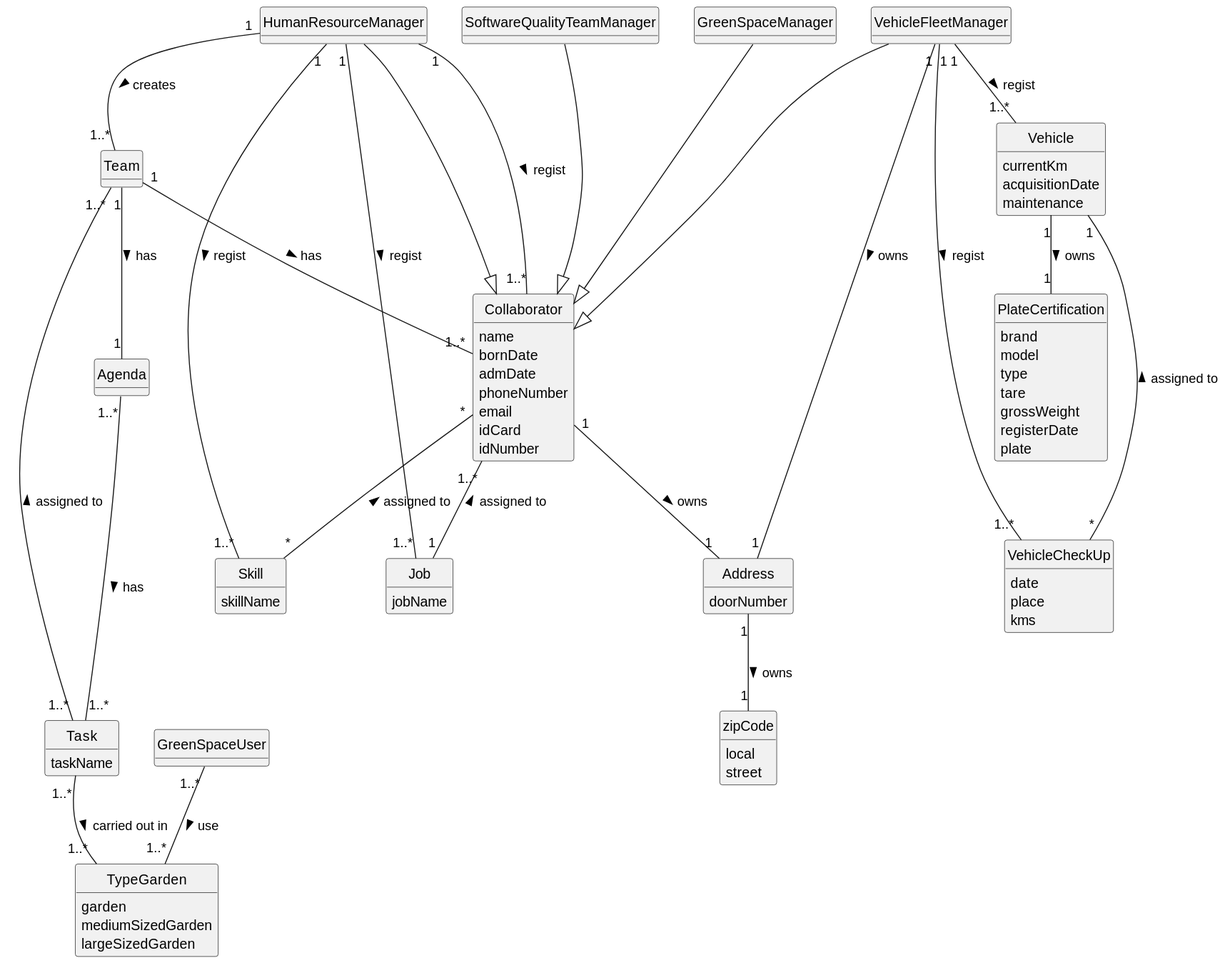
Before: docs/sprint2/global-artifacts/02.analysis/svg/project-domain-model.svg, a diagram exported from PlantUML (1231360-ISEP/lei-24-s2-1db-g021).
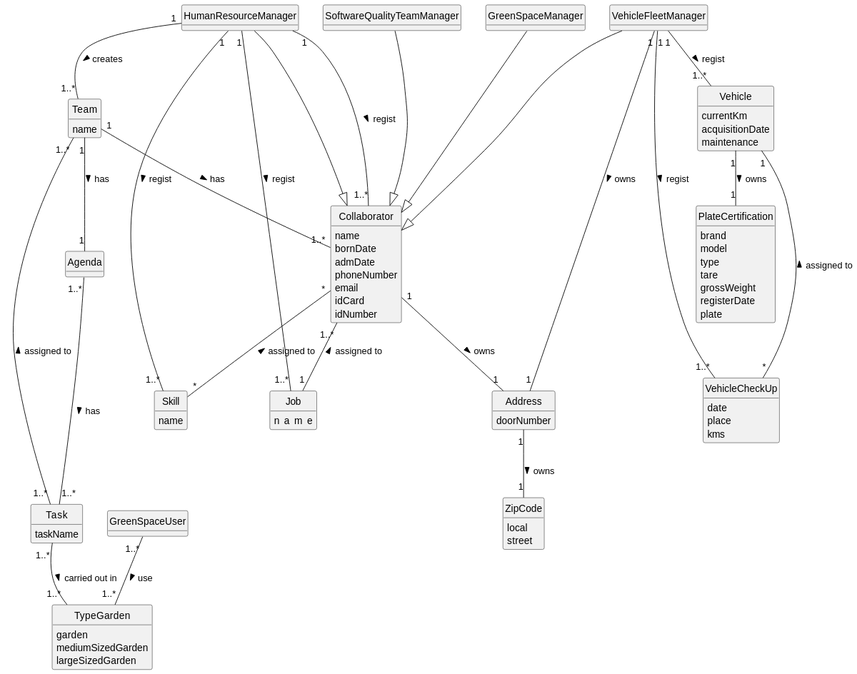
Later version of the same file.

Diff of the diagram source:
```diff
@@ -21,7 +21,7 @@
     doorNumber
 }
 
-class zipCode {
+class ZipCode {
     local
     street
 }
@@ -37,7 +37,7 @@
 class GreenSpaceUser {}
 
 class Skill {
-    skillName
+    name
 }
 
 class Job {
@@ -48,7 +48,9 @@
     taskName
 }
 
-class Team {}
+class Team {
+    name
+}
 
 class Vehicle {
     currentKm
@@ -93,7 +95,7 @@
 Collaborator "1..*" -- "1" Job : assigned to <
 Collaborator "*" -- "*" Skill : assigned to <
 Collaborator "1" -- "1" Address: owns >
-Address "1" -- "1" zipCode : owns >
+Address "1" -- "1" ZipCode : owns >
 
 Team "1" -- "1..*" Collaborator : has >
 Team "1" -- "1" Agenda : has >
```
